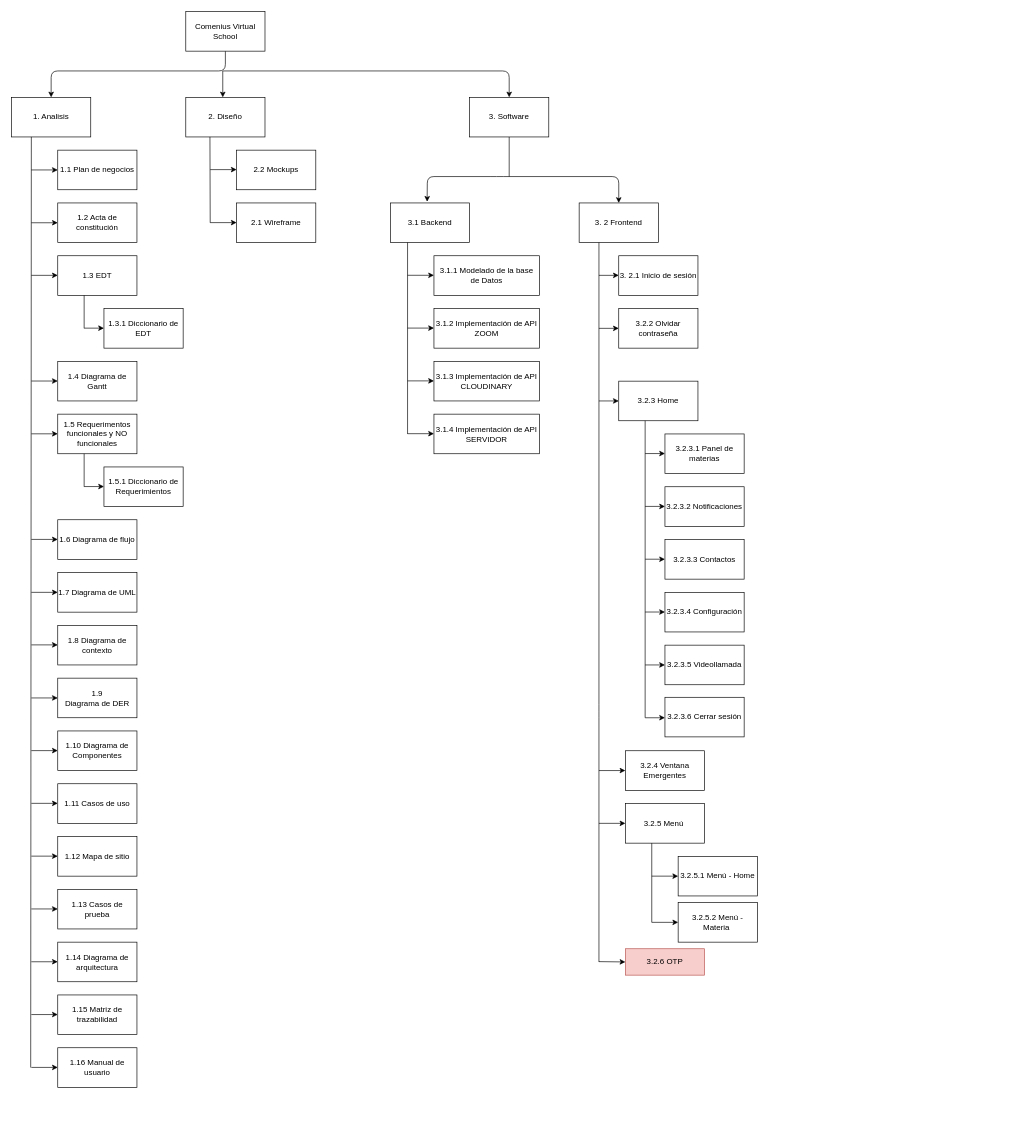
Earlier version of the draw.io diagram page "EDT" (1 of 2) of edt.drawio (pr1mus-h4ck/diagramas). Source tidied: cells renumbered, new cells numbered last; positions are measured from the earlier drawing's top-left corner, leaving out a move shared by most shapes. Both pictures are drawn from the tidied source at 66%, with x=0, y=0 at pixel (11, 11).
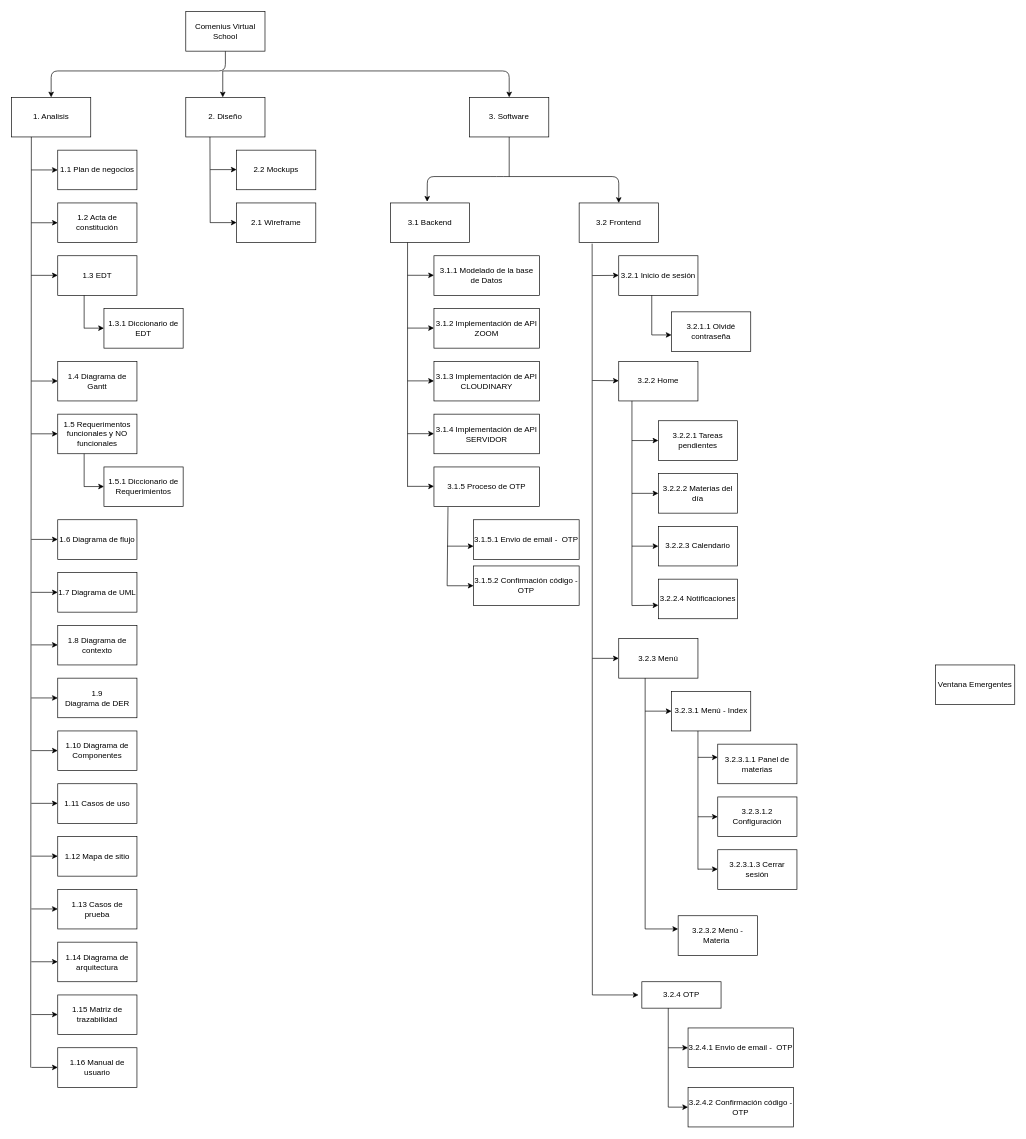
After the change.

Diff of the diagram source:
```diff
@@
-    <mxCell id="7" value="3. 2 Frontend" style="rounded=0;whiteSpace=wrap;html=1;" parent="1" vertex="1">
+    <mxCell id="7" value="3.2 Frontend" style="rounded=0;whiteSpace=wrap;html=1;" parent="1" vertex="1">
       <mxGeometry x="860" y="290" width="120" height="60" as="geometry" />
     </mxCell>
@@
-    <mxCell id="58" style="edgeStyle=none;html=1;entryX=0;entryY=0.5;entryDx=0;entryDy=0;" parent="1" edge="1" target="69">
-      <mxGeometry relative="1" as="geometry">
-        <mxPoint x="890" y="590" as="sourcePoint" />
-      </mxGeometry>
-    </mxCell>
@@
     <mxCell id="62" style="endArrow=none;html=1;" parent="1" edge="1">
       <mxGeometry relative="1" as="geometry">
-        <mxPoint x="600" y="640" as="sourcePoint" />
+        <mxPoint x="600" y="720" as="sourcePoint" />
         <mxPoint x="600" y="350" as="targetPoint" />
       </mxGeometry>
     </mxCell>
@@
-    <mxCell id="67" value="3. 2.1 Inicio de sesión" style="rounded=0;whiteSpace=wrap;html=1;" parent="1" vertex="1">
+    <mxCell id="67" value="3.2.1 Inicio de sesión" style="rounded=0;whiteSpace=wrap;html=1;" parent="1" vertex="1">
       <mxGeometry x="920" y="370" width="120" height="60" as="geometry" />
     </mxCell>
-    <mxCell id="68" style="endArrow=none;html=1;" parent="1" edge="1">
-      <mxGeometry relative="1" as="geometry">
-        <mxPoint x="890" y="1440" as="sourcePoint" />
-        <mxPoint x="890" y="350" as="targetPoint" />
-        <Array as="points">
-          <mxPoint x="890" y="1060" />
-        </Array>
-      </mxGeometry>
-    </mxCell>
-    <mxCell id="69" value="3.2.3 Home" style="rounded=0;whiteSpace=wrap;html=1;" parent="1" vertex="1">
-      <mxGeometry x="920" y="560" width="120" height="60" as="geometry" />
+    <mxCell id="69" value="3.2.2 Home" style="rounded=0;whiteSpace=wrap;html=1;" parent="1" vertex="1">
+      <mxGeometry x="920" y="530" width="120" height="60" as="geometry" />
     </mxCell>
-    <mxCell id="70" value="3.2.3.1 Panel de materias" style="rounded=0;whiteSpace=wrap;html=1;" parent="1" vertex="1">
-      <mxGeometry x="990" y="640" width="120" height="60" as="geometry" />
+    <mxCell id="70" value="3.2.2.2 Materias del día" style="rounded=0;whiteSpace=wrap;html=1;" parent="1" vertex="1">
+      <mxGeometry x="980" y="700" width="120" height="60" as="geometry" />
     </mxCell>
-    <mxCell id="71" value="3.2.3.2 Notificaciones" style="rounded=0;whiteSpace=wrap;html=1;" parent="1" vertex="1">
-      <mxGeometry x="990" y="720" width="120" height="60" as="geometry" />
+    <mxCell id="71" value="3.2.2.4 Notificaciones" style="rounded=0;whiteSpace=wrap;html=1;" parent="1" vertex="1">
+      <mxGeometry x="980" y="860" width="120" height="60" as="geometry" />
     </mxCell>
-    <mxCell id="72" value="3.2.3.3 Contactos" style="rounded=0;whiteSpace=wrap;html=1;" parent="1" vertex="1">
-      <mxGeometry x="990" y="800" width="120" height="60" as="geometry" />
-    </mxCell>
     <mxCell id="73" style="edgeStyle=none;html=1;entryX=0;entryY=0.5;entryDx=0;entryDy=0;" parent="1" edge="1">
       <mxGeometry relative="1" as="geometry">
-        <mxPoint x="890" y="399.7" as="sourcePoint" />
+        <mxPoint x="880" y="400" as="sourcePoint" />
         <mxPoint x="920" y="399.7" as="targetPoint" />
       </mxGeometry>
     </mxCell>
-    <mxCell id="74" style="endArrow=none;html=1;" parent="1" edge="1">
-      <mxGeometry relative="1" as="geometry">
-        <mxPoint x="960" y="1070" as="sourcePoint" />
-        <mxPoint x="960" y="620" as="targetPoint" />
-      </mxGeometry>
-    </mxCell>
-    <mxCell id="75" style="endArrow=classic;html=1;" parent="1" edge="1">
-      <mxGeometry relative="1" as="geometry">
-        <mxPoint x="960" y="669.7" as="sourcePoint" />
-        <mxPoint x="990" y="669.7" as="targetPoint" />
-      </mxGeometry>
-    </mxCell>
-    <mxCell id="76" style="endArrow=classic;html=1;" parent="1" edge="1">
-      <mxGeometry relative="1" as="geometry">
-        <mxPoint x="960" y="749.8" as="sourcePoint" />
-        <mxPoint x="990" y="749.8" as="targetPoint" />
-      </mxGeometry>
-    </mxCell>
-    <mxCell id="77" style="endArrow=classic;html=1;" parent="1" edge="1">
-      <mxGeometry relative="1" as="geometry">
-        <mxPoint x="960" y="829.8" as="sourcePoint" />
-        <mxPoint x="990" y="829.8" as="targetPoint" />
-      </mxGeometry>
-    </mxCell>
-    <mxCell id="78" value="3.2.3.4 Configuración" style="rounded=0;whiteSpace=wrap;html=1;" parent="1" vertex="1">
-      <mxGeometry x="990" y="880" width="120" height="60" as="geometry" />
+    <mxCell id="78" value="3.2.3.1.2 Configuración" style="rounded=0;whiteSpace=wrap;html=1;" parent="1" vertex="1">
+      <mxGeometry x="1070" y="1190" width="120" height="60" as="geometry" />
     </mxCell>
-    <mxCell id="79" value="3.2.2 Olvidar contraseña" style="rounded=0;whiteSpace=wrap;html=1;" parent="1" vertex="1">
-      <mxGeometry x="920" y="450" width="120" height="60" as="geometry" />
-    </mxCell>
-    <mxCell id="80" style="endArrow=classic;html=1;" parent="1" edge="1">
-      <mxGeometry relative="1" as="geometry">
-        <mxPoint x="960" y="909.8" as="sourcePoint" />
-        <mxPoint x="990" y="909.8" as="targetPoint" />
-      </mxGeometry>
-    </mxCell>
-    <mxCell id="81" value="3.2.6 OTP" style="rounded=0;whiteSpace=wrap;html=1;fillColor=#f8cecc;strokeColor=#b85450;" parent="1" vertex="1">
-      <mxGeometry x="930" y="1420" width="120" height="40" as="geometry" />
+    <mxCell id="81" value="3.2.4 OTP" style="rounded=0;whiteSpace=wrap;html=1;fillColor=#FFFFFF;strokeColor=#000000;" parent="1" vertex="1">
+      <mxGeometry x="955" y="1470" width="120" height="40" as="geometry" />
     </mxCell>
-    <mxCell id="82" style="edgeStyle=none;html=1;entryX=0;entryY=0.5;entryDx=0;entryDy=0;" parent="1" edge="1" target="79">
+    <mxCell id="82" style="edgeStyle=none;html=1;entryX=0;entryY=0.5;entryDx=0;entryDy=0;" parent="1" edge="1">
       <mxGeometry relative="1" as="geometry">
-        <mxPoint x="890" y="480" as="sourcePoint" />
+        <mxPoint x="880" y="559" as="sourcePoint" />
+        <mxPoint x="920" y="559.4" as="targetPoint" />
       </mxGeometry>
     </mxCell>
-    <mxCell id="83" value="3.2.3.5 Videollamada" style="rounded=0;whiteSpace=wrap;html=1;" parent="1" vertex="1">
-      <mxGeometry x="990" y="960" width="120" height="60" as="geometry" />
-    </mxCell>
-    <mxCell id="84" value="3.2.4 Ventana Emergentes" style="rounded=0;whiteSpace=wrap;html=1;" parent="1" vertex="1">
-      <mxGeometry x="930" y="1120" width="120" height="60" as="geometry" />
+    <mxCell id="84" value="Ventana Emergentes" style="rounded=0;whiteSpace=wrap;html=1;" parent="1" vertex="1">
+      <mxGeometry x="1400" y="990" width="120" height="60" as="geometry" />
     </mxCell>
-    <mxCell id="85" value="3.2.5 Menú&amp;nbsp;" style="rounded=0;whiteSpace=wrap;html=1;" parent="1" vertex="1">
-      <mxGeometry x="930" y="1200" width="120" height="60" as="geometry" />
+    <mxCell id="85" value="&amp;nbsp;3.2.3 Menú&amp;nbsp;" style="rounded=0;whiteSpace=wrap;html=1;" parent="1" vertex="1">
+      <mxGeometry x="920" y="950" width="120" height="60" as="geometry" />
     </mxCell>
-    <mxCell id="86" style="edgeStyle=none;html=1;entryX=0;entryY=0.5;entryDx=0;entryDy=0;" parent="1" edge="1" target="84">
-      <mxGeometry relative="1" as="geometry">
-        <mxPoint x="890" y="1150" as="sourcePoint" />
-      </mxGeometry>
-    </mxCell>
-    <mxCell id="87" style="edgeStyle=none;html=1;entryX=0;entryY=0.5;entryDx=0;entryDy=0;" parent="1" edge="1" target="85">
-      <mxGeometry relative="1" as="geometry">
-        <mxPoint x="890" y="1230" as="sourcePoint" />
-      </mxGeometry>
-    </mxCell>
-    <mxCell id="88" value="3.2.5.1 Menú - Home" style="rounded=0;whiteSpace=wrap;html=1;" parent="1" vertex="1">
-      <mxGeometry x="1010" y="1280" width="120" height="60" as="geometry" />
+    <mxCell id="88" value="3.2.3.1 Menú - Index" style="rounded=0;whiteSpace=wrap;html=1;" parent="1" vertex="1">
+      <mxGeometry x="1000" y="1030" width="120" height="60" as="geometry" />
     </mxCell>
-    <mxCell id="89" value="3.2.5.2 Menú - Materia&amp;nbsp;" style="rounded=0;whiteSpace=wrap;html=1;" parent="1" vertex="1">
-      <mxGeometry x="1010" y="1350" width="120" height="60" as="geometry" />
+    <mxCell id="89" value="3.2.3.2 Menú - Materia&amp;nbsp;" style="rounded=0;whiteSpace=wrap;html=1;" parent="1" vertex="1">
+      <mxGeometry x="1010" y="1370" width="120" height="60" as="geometry" />
     </mxCell>
     <mxCell id="90" style="endArrow=none;html=1;" parent="1" edge="1">
       <mxGeometry relative="1" as="geometry">
-        <mxPoint x="970" y="1380" as="sourcePoint" />
-        <mxPoint x="970" y="1260" as="targetPoint" />
+        <mxPoint x="960" y="1390" as="sourcePoint" />
+        <mxPoint x="960" y="1010" as="targetPoint" />
       </mxGeometry>
     </mxCell>
     <mxCell id="91" style="endArrow=classic;html=1;" parent="1" edge="1" target="88">
       <mxGeometry relative="1" as="geometry">
-        <mxPoint x="970" y="1310" as="sourcePoint" />
+        <mxPoint x="960" y="1060" as="sourcePoint" />
       </mxGeometry>
     </mxCell>
-    <mxCell id="92" style="endArrow=classic;html=1;entryX=0;entryY=0.5;entryDx=0;entryDy=0;" parent="1" edge="1" target="89">
-      <mxGeometry relative="1" as="geometry">
-        <mxPoint x="970" y="1380" as="sourcePoint" />
-      </mxGeometry>
-    </mxCell>
     <mxCell id="93" style="endArrow=classic;html=1;" parent="1" edge="1">
       <mxGeometry relative="1" as="geometry">
-        <mxPoint x="890" y="1439.5" as="sourcePoint" />
-        <mxPoint x="930" y="1440" as="targetPoint" />
+        <mxPoint x="880" y="1490" as="sourcePoint" />
+        <mxPoint x="950" y="1490" as="targetPoint" />
       </mxGeometry>
     </mxCell>
-    <mxCell id="94" value="3.2.3.6 Cerrar sesión" style="rounded=0;whiteSpace=wrap;html=1;" parent="1" vertex="1">
-      <mxGeometry x="990" y="1039" width="120" height="60" as="geometry" />
+    <mxCell id="94" value="3.2.3.1.3 Cerrar sesión" style="rounded=0;whiteSpace=wrap;html=1;" parent="1" vertex="1">
+      <mxGeometry x="1070" y="1270" width="120" height="60" as="geometry" />
     </mxCell>
-    <mxCell id="95" style="endArrow=classic;html=1;" parent="1" edge="1">
-      <mxGeometry relative="1" as="geometry">
-        <mxPoint x="960" y="1070" as="sourcePoint" />
-        <mxPoint x="990" y="1070" as="targetPoint" />
-      </mxGeometry>
-    </mxCell>
-    <mxCell id="96" style="endArrow=classic;html=1;entryX=0;entryY=0.5;entryDx=0;entryDy=0;" parent="1" edge="1" target="83">
-      <mxGeometry relative="1" as="geometry">
-        <mxPoint x="960" y="990" as="sourcePoint" />
-      </mxGeometry>
-    </mxCell>
+    <mxCell id="97" value="3.1.5 Proceso de OTP" style="rounded=0;whiteSpace=wrap;html=1;" parent="1" vertex="1">
+      <mxGeometry x="640" y="690" width="160" height="60" as="geometry" />
+    </mxCell>
+    <mxCell id="98" style="endArrow=classic;html=1;entryX=0;entryY=0.5;entryDx=0;entryDy=0;" parent="1" edge="1">
+      <mxGeometry relative="1" as="geometry">
+        <mxPoint x="600" y="719.4" as="sourcePoint" />
+        <mxPoint x="640" y="719.4" as="targetPoint" />
+      </mxGeometry>
+    </mxCell>
+    <mxCell id="99" value="3.1.5.1 Envio de email -&amp;nbsp; OTP" style="rounded=0;whiteSpace=wrap;html=1;" parent="1" vertex="1">
+      <mxGeometry x="700" y="770" width="160" height="60" as="geometry" />
+    </mxCell>
+    <mxCell id="100" value="3.1.5.2 Confirmación código - OTP" style="rounded=0;whiteSpace=wrap;html=1;" parent="1" vertex="1">
+      <mxGeometry x="700" y="840" width="160" height="60" as="geometry" />
+    </mxCell>
+    <mxCell id="101" value="3.2.4.1 Envio de email -&amp;nbsp; OTP" style="rounded=0;whiteSpace=wrap;html=1;" parent="1" vertex="1">
+      <mxGeometry x="1025" y="1540" width="160" height="60" as="geometry" />
+    </mxCell>
+    <mxCell id="102" value="3.2.4.2 Confirmación código - OTP" style="rounded=0;whiteSpace=wrap;html=1;" parent="1" vertex="1">
+      <mxGeometry x="1025" y="1630" width="160" height="60" as="geometry" />
+    </mxCell>
+    <mxCell id="103" style="endArrow=none;html=1;" parent="1" edge="1">
+      <mxGeometry relative="1" as="geometry">
+        <mxPoint x="995" y="1660" as="sourcePoint" />
+        <mxPoint x="995" y="1510" as="targetPoint" />
+      </mxGeometry>
+    </mxCell>
+    <mxCell id="104" style="endArrow=classic;html=1;" parent="1" edge="1">
+      <mxGeometry relative="1" as="geometry">
+        <mxPoint x="995" y="1570" as="sourcePoint" />
+        <mxPoint x="1025" y="1570" as="targetPoint" />
+      </mxGeometry>
+    </mxCell>
+    <mxCell id="105" style="endArrow=classic;html=1;entryX=0;entryY=0.5;entryDx=0;entryDy=0;" parent="1" edge="1" target="102">
+      <mxGeometry relative="1" as="geometry">
+        <mxPoint x="995" y="1660" as="sourcePoint" />
+      </mxGeometry>
+    </mxCell>
+    <mxCell id="106" style="endArrow=none;html=1;entryX=0.133;entryY=1.014;entryDx=0;entryDy=0;entryPerimeter=0;" parent="1" edge="1" target="97">
+      <mxGeometry relative="1" as="geometry">
+        <mxPoint x="660" y="870" as="sourcePoint" />
+      </mxGeometry>
+    </mxCell>
+    <mxCell id="107" style="endArrow=classic;html=1;entryX=0;entryY=0.5;entryDx=0;entryDy=0;" parent="1" edge="1" target="100">
+      <mxGeometry relative="1" as="geometry">
+        <mxPoint x="660" y="870" as="sourcePoint" />
+      </mxGeometry>
+    </mxCell>
+    <mxCell id="108" style="endArrow=classic;html=1;" parent="1" edge="1">
+      <mxGeometry relative="1" as="geometry">
+        <mxPoint x="660" y="810" as="sourcePoint" />
+        <mxPoint x="700" y="810" as="targetPoint" />
+      </mxGeometry>
+    </mxCell>
+    <mxCell id="109" value="3.2.1.1 Olvidé contraseña" style="rounded=0;whiteSpace=wrap;html=1;" parent="1" vertex="1">
+      <mxGeometry x="1000" y="455" width="120" height="60" as="geometry" />
+    </mxCell>
+    <mxCell id="110" value="3.2.2.3 Calendario" style="rounded=0;whiteSpace=wrap;html=1;" parent="1" vertex="1">
+      <mxGeometry x="980" y="780" width="120" height="60" as="geometry" />
+    </mxCell>
+    <mxCell id="111" value="3.2.2.1 Tareas pendientes" style="rounded=0;whiteSpace=wrap;html=1;" parent="1" vertex="1">
+      <mxGeometry x="980" y="620" width="120" height="60" as="geometry" />
+    </mxCell>
+    <mxCell id="112" value="3.2.3.1.1 Panel de materias" style="rounded=0;whiteSpace=wrap;html=1;" parent="1" vertex="1">
+      <mxGeometry x="1070" y="1110" width="120" height="60" as="geometry" />
+    </mxCell>
+    <mxCell id="113" style="endArrow=none;html=1;" parent="1" edge="1">
+      <mxGeometry relative="1" as="geometry">
+        <mxPoint x="970" y="490" as="sourcePoint" />
+        <mxPoint x="970" y="430" as="targetPoint" />
+      </mxGeometry>
+    </mxCell>
+    <mxCell id="114" style="endArrow=classic;html=1;entryX=0;entryY=0.583;entryDx=0;entryDy=0;entryPerimeter=0;" parent="1" edge="1" target="109">
+      <mxGeometry relative="1" as="geometry">
+        <mxPoint x="970" y="490" as="sourcePoint" />
+      </mxGeometry>
+    </mxCell>
+    <mxCell id="115" style="endArrow=none;html=1;" parent="1" edge="1">
+      <mxGeometry relative="1" as="geometry">
+        <mxPoint x="940" y="900" as="sourcePoint" />
+        <mxPoint x="940" y="590" as="targetPoint" />
+      </mxGeometry>
+    </mxCell>
+    <mxCell id="116" style="endArrow=classic;html=1;entryX=0;entryY=0.5;entryDx=0;entryDy=0;" parent="1" edge="1" target="111">
+      <mxGeometry relative="1" as="geometry">
+        <mxPoint x="940" y="650" as="sourcePoint" />
+      </mxGeometry>
+    </mxCell>
+    <mxCell id="117" style="endArrow=classic;html=1;entryX=0;entryY=0.5;entryDx=0;entryDy=0;" parent="1" edge="1" target="70">
+      <mxGeometry relative="1" as="geometry">
+        <mxPoint x="940" y="730" as="sourcePoint" />
+      </mxGeometry>
+    </mxCell>
+    <mxCell id="118" style="endArrow=classic;html=1;entryX=0;entryY=0.5;entryDx=0;entryDy=0;" parent="1" edge="1" target="110">
+      <mxGeometry relative="1" as="geometry">
+        <mxPoint x="940" y="810" as="sourcePoint" />
+      </mxGeometry>
+    </mxCell>
+    <mxCell id="119" style="endArrow=classic;html=1;entryX=0;entryY=0.66;entryDx=0;entryDy=0;entryPerimeter=0;" parent="1" edge="1" target="71">
+      <mxGeometry relative="1" as="geometry">
+        <mxPoint x="940" y="900" as="sourcePoint" />
+      </mxGeometry>
+    </mxCell>
+    <mxCell id="120" style="endArrow=none;html=1;entryX=0.164;entryY=1.028;entryDx=0;entryDy=0;entryPerimeter=0;" parent="1" edge="1" target="7">
+      <mxGeometry relative="1" as="geometry">
+        <mxPoint x="880" y="1490" as="sourcePoint" />
+      </mxGeometry>
+    </mxCell>
+    <mxCell id="121" style="endArrow=classic;html=1;" parent="1" edge="1">
+      <mxGeometry relative="1" as="geometry">
+        <mxPoint x="880" y="980" as="sourcePoint" />
+        <mxPoint x="920" y="980" as="targetPoint" />
+      </mxGeometry>
+    </mxCell>
+    <mxCell id="122" style="endArrow=none;html=1;" parent="1" edge="1">
+      <mxGeometry relative="1" as="geometry">
+        <mxPoint x="1040" y="1300" as="sourcePoint" />
+        <mxPoint x="1040" y="1090" as="targetPoint" />
+      </mxGeometry>
+    </mxCell>
+    <mxCell id="123" style="endArrow=classic;html=1;" parent="1" edge="1">
+      <mxGeometry relative="1" as="geometry">
+        <mxPoint x="1040" y="1130" as="sourcePoint" />
+        <mxPoint x="1070" y="1130" as="targetPoint" />
+      </mxGeometry>
+    </mxCell>
+    <mxCell id="124" style="endArrow=classic;html=1;" parent="1" edge="1">
+      <mxGeometry relative="1" as="geometry">
+        <mxPoint x="1040" y="1220" as="sourcePoint" />
+        <mxPoint x="1070" y="1220" as="targetPoint" />
+      </mxGeometry>
+    </mxCell>
+    <mxCell id="125" style="endArrow=classic;html=1;" parent="1" edge="1">
+      <mxGeometry relative="1" as="geometry">
+        <mxPoint x="1040" y="1299.4" as="sourcePoint" />
+        <mxPoint x="1070" y="1299.4" as="targetPoint" />
+      </mxGeometry>
+    </mxCell>
+    <mxCell id="126" style="endArrow=classic;html=1;" parent="1" edge="1">
+      <mxGeometry relative="1" as="geometry">
+        <mxPoint x="960" y="1390" as="sourcePoint" />
+        <mxPoint x="1010" y="1390" as="targetPoint" />
+      </mxGeometry>
+    </mxCell>
```
